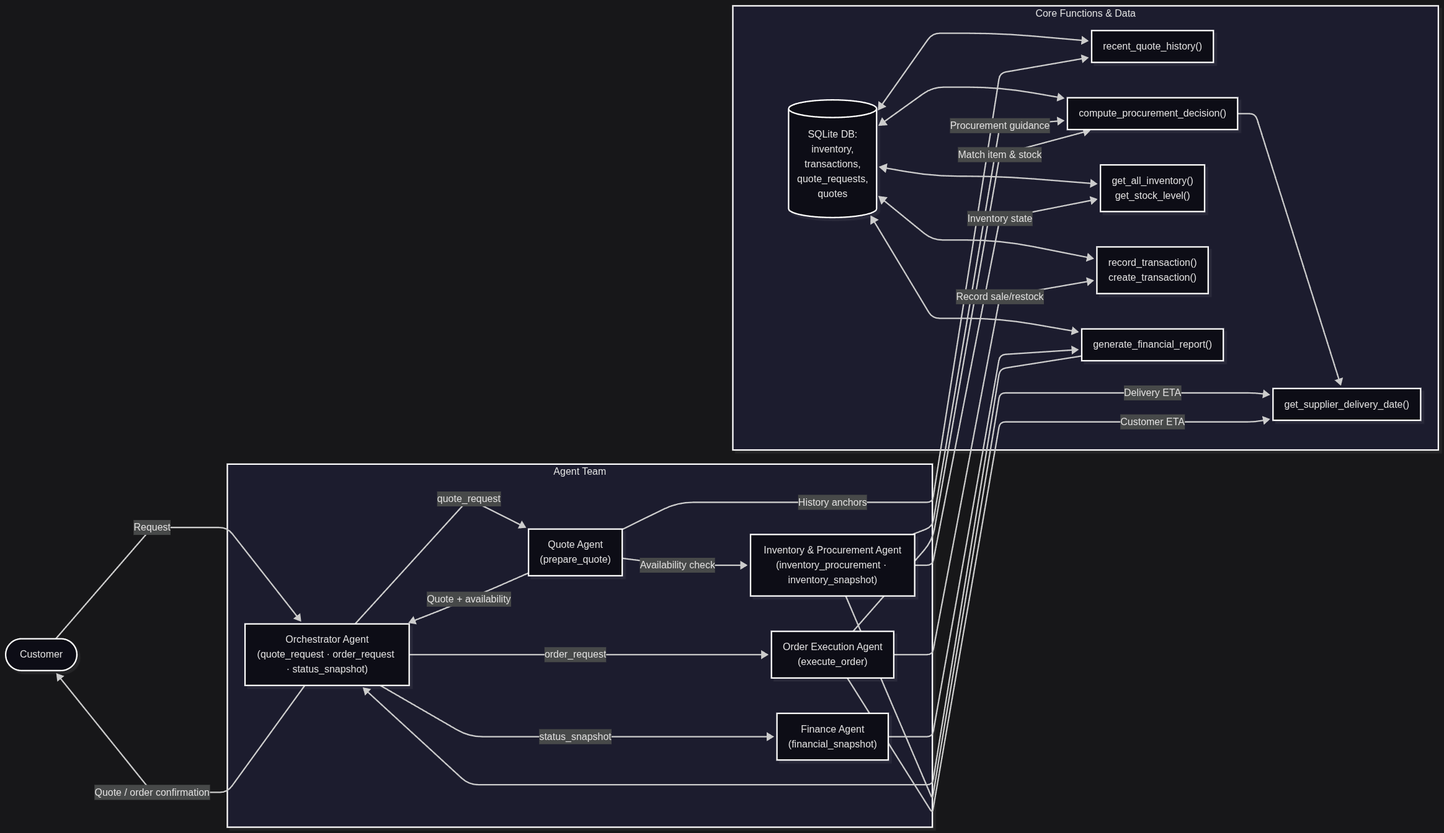
Before: documentation/diagram.png, a diagram exported from Mermaid (MariusJochheim/Udacity-Master-Beavers-Choice). Its source is kept beside it as documentation/diagram.mmd.
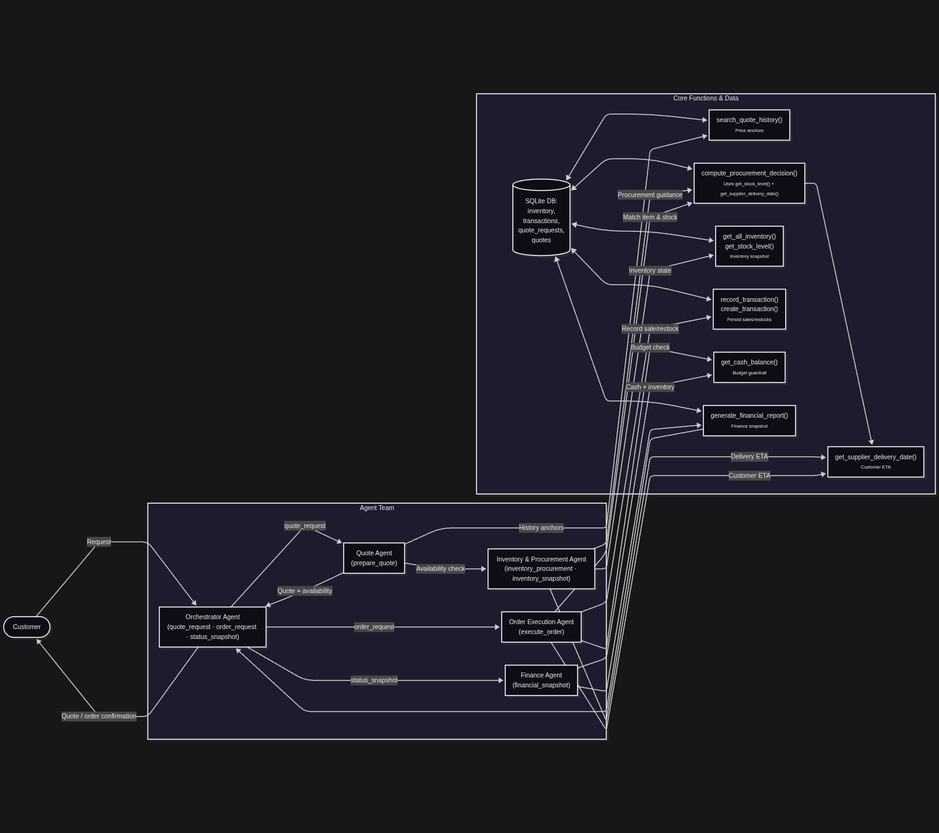
The same diagram one commit later.

Commit message:
Update agent architecture diagram with explicit funciton names for tools

Diff of the diagram source:
```diff
@@ -11,12 +11,13 @@
   end
 
   subgraph Tools[Core Functions & Data]
-    QuoteHistory["recent_quote_history()"]
-    Procurement["compute_procurement_decision()"]
-    InventorySnapshot["get_all_inventory()<br/>get_stock_level()"]
-    RecordTxn["record_transaction()<br/>create_transaction()"]
-    DeliveryETA["get_supplier_delivery_date()"]
-    FinReport["generate_financial_report()"]
+    QuoteHistory["search_quote_history()<br/><span style='font-size:10px'>Price anchors</span>"]
+    Procurement["compute_procurement_decision()<br/><span style='font-size:10px'>Uses get_stock_level() + get_supplier_delivery_date()</span>"]
+    InventorySnapshot["get_all_inventory()<br/>get_stock_level()<br/><span style='font-size:10px'>Inventory snapshot</span>"]
+    RecordTxn["record_transaction()<br/>create_transaction()<br/><span style='font-size:10px'>Persist sales/restocks</span>"]
+    CashBalance["get_cash_balance()<br/><span style='font-size:10px'>Budget guardrail</span>"]
+    DeliveryETA["get_supplier_delivery_date()<br/><span style='font-size:10px'>Customer ETA</span>"]
+    FinReport["generate_financial_report()<br/><span style='font-size:10px'>Finance snapshot</span>"]
     DB[(SQLite DB:<br/>inventory,<br/>transactions,<br/>quote_requests,<br/>quotes)]
   end
 
@@ -38,11 +39,13 @@
 
   Orchestrator -->|order_request| OrderAgent
   OrderAgent -->|Match item & stock| Procurement
+  OrderAgent -->|Budget check| CashBalance
   OrderAgent -->|Record sale/restock| RecordTxn
   OrderAgent -->|Customer ETA| DeliveryETA
 
   Orchestrator -->|status_snapshot| FinanceAgent
   FinanceAgent --> FinReport
+  FinanceAgent -->|Cash + inventory| CashBalance
   FinReport --> Orchestrator
 
   Orchestrator -->|Quote / order confirmation| Customer
```
